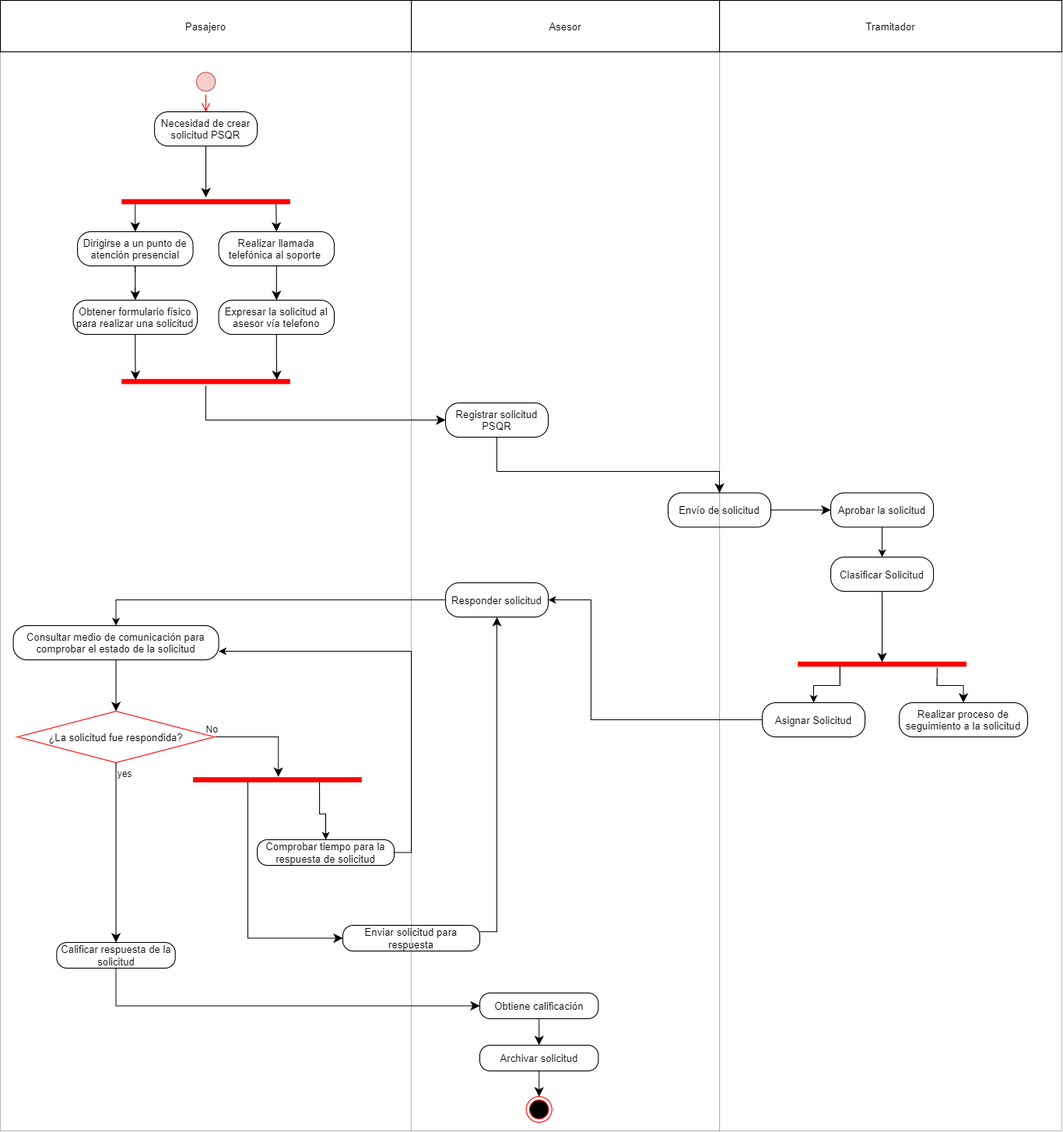
The draw.io diagram diagrama actvidades-Identificación del negocio.png in AlejandraRochaR/imagenes, before a commit. Source tidied: cells renumbered, new cells last; positions are measured from the earlier drawing's top-left corner, leaving out a move shared by most shapes.
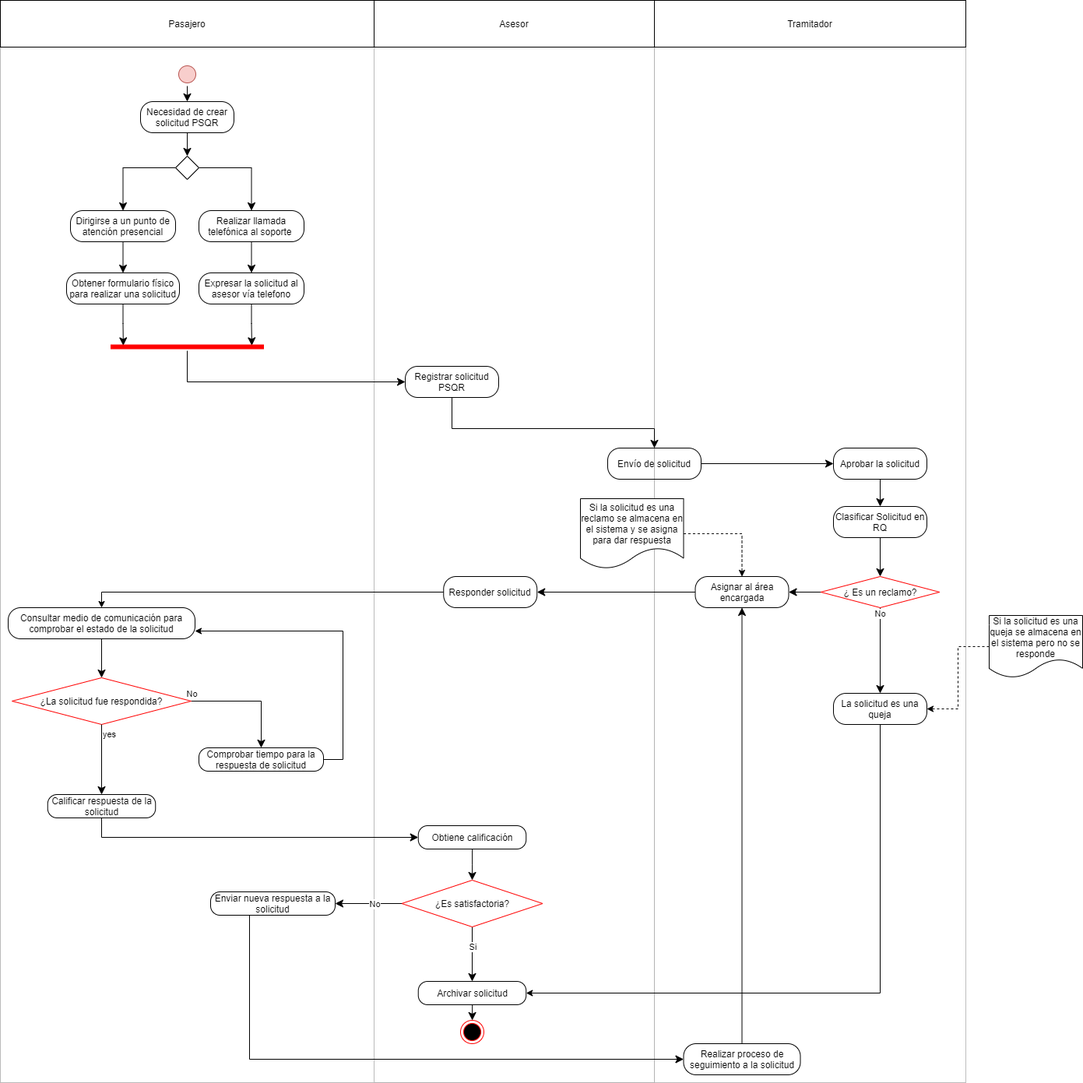
The same diagram one commit later.

What changed in the source:
```diff
@@ -5,9 +5,9 @@
     <mxCell id="2" style="rounded=0;whiteSpace=wrap;html=1;fillColor=none;strokeColor=#BDBDBD;" parent="1" vertex="1">
-      <mxGeometry x="840" y="60" width="400" height="1260" as="geometry" />
+      <mxGeometry x="840" y="60" width="400" height="1330" as="geometry" />
     </mxCell>
     <mxCell id="3" style="rounded=0;whiteSpace=wrap;html=1;fillColor=none;strokeColor=#B3B3B3;" parent="1" vertex="1">
-      <mxGeometry x="480" y="60" width="360" height="1260" as="geometry" />
+      <mxGeometry x="480" y="60" width="360" height="1330" as="geometry" />
     </mxCell>
     <mxCell id="4" style="rounded=0;whiteSpace=wrap;html=1;fillColor=none;strokeColor=#BABABA;" parent="1" vertex="1">
-      <mxGeometry y="60" width="480" height="1260" as="geometry" />
+      <mxGeometry y="60" width="480" height="1330" as="geometry" />
     </mxCell>
@@ -25,3 +25,3 @@
     </mxCell>
-    <mxCell id="9" style="edgeStyle=orthogonalEdgeStyle;html=1;verticalAlign=bottom;endArrow=open;endSize=8;strokeColor=#ff0000;entryX=0.5;entryY=0;entryDx=0;entryDy=0;" parent="1" edge="1" source="8" target="14">
+    <mxCell id="9" style="edgeStyle=orthogonalEdgeStyle;html=1;verticalAlign=bottom;endArrow=classic;endSize=8;entryX=0.5;entryY=0;entryDx=0;entryDy=0;endFill=1;" parent="1" edge="1" source="8" target="14">
       <mxGeometry relative="1" as="geometry" />
@@ -37,3 +37,3 @@
     </mxCell>
-    <mxCell id="13" style="edgeStyle=orthogonalEdgeStyle;rounded=0;jettySize=auto;html=1;endSize=8;" parent="1" edge="1" source="14" target="22">
+    <mxCell id="13" style="edgeStyle=orthogonalEdgeStyle;rounded=0;jettySize=auto;html=1;endSize=8;entryX=0.5;entryY=0;entryDx=0;entryDy=0;" parent="1" edge="1" source="14" target="64">
       <mxGeometry relative="1" as="geometry" />
@@ -43,6 +43,3 @@
     </mxCell>
-    <mxCell id="15" style="edgeStyle=orthogonalEdgeStyle;rounded=0;jettySize=auto;html=1;entryX=0.5;entryY=0.271;entryDx=0;entryDy=0;entryPerimeter=0;startArrow=none;startFill=0;endArrow=classic;endFill=1;endSize=8;exitX=0.5;exitY=1;exitDx=0;exitDy=0;" parent="1" edge="1" source="60" target="39">
-      <mxGeometry relative="1" as="geometry" />
-    </mxCell>
-    <mxCell id="16" style="edgeStyle=orthogonalEdgeStyle;rounded=0;jettySize=auto;html=1;" parent="1" edge="1" source="17" target="60">
+    <mxCell id="16" style="edgeStyle=orthogonalEdgeStyle;rounded=0;jettySize=auto;html=1;endArrow=classic;endFill=1;endSize=8;" parent="1" edge="1" source="17" target="60">
       <mxGeometry relative="1" as="geometry" />
@@ -50,3 +47,3 @@
     <mxCell id="17" value="Aprobar la solicitud" style="rounded=1;whiteSpace=wrap;html=1;arcSize=40;fontColor=#000000;fillColor=none;" parent="1" vertex="1">
-      <mxGeometry x="970" y="575" width="120" height="40" as="geometry" />
+      <mxGeometry x="1070" y="575" width="120" height="40" as="geometry" />
     </mxCell>
@@ -58,11 +55,8 @@
     </mxCell>
-    <mxCell id="20" style="edgeStyle=orthogonalEdgeStyle;rounded=0;jettySize=auto;html=1;exitX=0.114;exitY=0.3;exitDx=0;exitDy=0;exitPerimeter=0;entryX=0.5;entryY=0;entryDx=0;entryDy=0;endSize=8;" parent="1" edge="1" source="22" target="24">
+    <mxCell id="20" style="edgeStyle=orthogonalEdgeStyle;rounded=0;jettySize=auto;html=1;exitX=0;exitY=0.5;exitDx=0;exitDy=0;entryX=0.5;entryY=0;entryDx=0;entryDy=0;endSize=8;" parent="1" edge="1" source="64" target="24">
       <mxGeometry relative="1" as="geometry" />
     </mxCell>
-    <mxCell id="21" style="edgeStyle=orthogonalEdgeStyle;rounded=0;jettySize=auto;html=1;exitX=0.916;exitY=0.6;exitDx=0;exitDy=0;exitPerimeter=0;entryX=0.5;entryY=0;entryDx=0;entryDy=0;endSize=8;" parent="1" edge="1" source="22" target="12">
+    <mxCell id="21" style="edgeStyle=orthogonalEdgeStyle;rounded=0;jettySize=auto;html=1;exitX=1;exitY=0.5;exitDx=0;exitDy=0;entryX=0.5;entryY=0;entryDx=0;entryDy=0;endSize=8;" parent="1" edge="1" source="64" target="12">
       <mxGeometry relative="1" as="geometry" />
     </mxCell>
-    <mxCell id="22" style="shape=line;html=1;strokeWidth=6;strokeColor=#ff0000;" parent="1" vertex="1">
-      <mxGeometry x="141.5" y="230" width="197" height="10" as="geometry" />
-    </mxCell>
     <mxCell id="23" style="edgeStyle=orthogonalEdgeStyle;curved=1;jettySize=auto;html=1;exitX=0.5;exitY=1;exitDx=0;exitDy=0;endSize=8;" parent="1" edge="1" source="24" target="26">
@@ -105,4 +99,3 @@
         <Array as="points">
-          <mxPoint x="520" y="700" />
-          <mxPoint x="135" y="700" />
+          <mxPoint x="130" y="760" />
         </Array>
@@ -111,25 +104,14 @@
     <mxCell id="34" value="Responder solicitud" style="rounded=1;whiteSpace=wrap;html=1;arcSize=40;fontColor=#000000;fillColor=none;" parent="1" vertex="1">
-      <mxGeometry x="520" y="680" width="120" height="40" as="geometry" />
+      <mxGeometry x="569.2" y="740" width="120" height="40" as="geometry" />
     </mxCell>
+    <mxCell id="62" style="edgeStyle=elbowEdgeStyle;rounded=0;jettySize=auto;html=1;entryX=0.5;entryY=1;entryDx=0;entryDy=0;endArrow=classic;endFill=1;endSize=8;strokeColor=#000000;jumpStyle=arc;elbow=vertical;" parent="1" edge="1" source="35" target="70">
+      <mxGeometry relative="1" as="geometry" />
+    </mxCell>
     <mxCell id="35" value="Realizar proceso de seguimiento a la solicitud" style="rounded=1;whiteSpace=wrap;html=1;arcSize=40;fontColor=#000000;fillColor=none;" parent="1" vertex="1">
-      <mxGeometry x="1050" y="820" width="150" height="40" as="geometry" />
+      <mxGeometry x="877.5" y="1340" width="150" height="40" as="geometry" />
     </mxCell>
-    <mxCell id="36" style="edgeStyle=orthogonalEdgeStyle;rounded=0;jettySize=auto;html=1;startArrow=none;startFill=0;endArrow=classic;endFill=1;exitX=0.826;exitY=0.924;exitDx=0;exitDy=0;exitPerimeter=0;endSize=8;" parent="1" edge="1" source="39" target="35">
-      <mxGeometry relative="1" as="geometry" />
-    </mxCell>
-    <mxCell id="37" style="edgeStyle=orthogonalEdgeStyle;rounded=0;jettySize=auto;html=1;entryX=1;entryY=0.5;entryDx=0;entryDy=0;startArrow=none;startFill=0;endArrow=classic;endFill=1;exitX=0;exitY=0.5;exitDx=0;exitDy=0;" parent="1" edge="1" source="61" target="34">
-      <mxGeometry relative="1" as="geometry">
-        <Array as="points">
-          <mxPoint x="690" y="840" />
-          <mxPoint x="690" y="700" />
-        </Array>
-      </mxGeometry>
-    </mxCell>
-    <mxCell id="38" style="edgeStyle=orthogonalEdgeStyle;rounded=0;jettySize=auto;html=1;exitX=0.25;exitY=0.5;exitDx=0;exitDy=0;exitPerimeter=0;entryX=0.5;entryY=0;entryDx=0;entryDy=0;" parent="1" edge="1" source="39" target="61">
+    <mxCell id="38" style="edgeStyle=orthogonalEdgeStyle;rounded=0;jettySize=auto;html=1;exitX=0.5;exitY=1;exitDx=0;exitDy=0;entryX=0.5;entryY=0;entryDx=0;entryDy=0;endSize=8;" parent="1" edge="1" source="60" target="68">
       <mxGeometry relative="1" as="geometry" />
     </mxCell>
-    <mxCell id="39" style="shape=line;html=1;strokeWidth=6;strokeColor=#ff0000;" parent="1" vertex="1">
-      <mxGeometry x="931.5" y="770" width="197" height="10" as="geometry" />
-    </mxCell>
-    <mxCell id="40" style="edgeStyle=orthogonalEdgeStyle;rounded=0;jettySize=auto;html=1;exitX=0.5;exitY=1;exitDx=0;exitDy=0;entryX=0.5;entryY=0;entryDx=0;entryDy=0;startArrow=none;startFill=0;endArrow=classic;endFill=1;strokeColor=#000000;endSize=8;" parent="1" edge="1" source="41" target="44">
+    <mxCell id="40" style="edgeStyle=orthogonalEdgeStyle;rounded=0;jettySize=auto;html=1;exitX=0.5;exitY=1;exitDx=0;exitDy=0;entryX=0.5;entryY=0;entryDx=0;entryDy=0;endArrow=classic;endFill=1;endSize=8;strokeColor=#000000;" parent="1" edge="1" source="41" target="44">
       <mxGeometry relative="1" as="geometry" />
@@ -137,5 +119,5 @@
     <mxCell id="41" value="Consultar medio de comunicación para comprobar el estado de la solicitud" style="rounded=1;whiteSpace=wrap;html=1;arcSize=40;fontColor=#000000;fillColor=none;" parent="1" vertex="1">
-      <mxGeometry x="15" y="730" width="240" height="40" as="geometry" />
+      <mxGeometry x="10" y="780" width="240" height="40" as="geometry" />
     </mxCell>
-    <mxCell id="42" style="edgeStyle=orthogonalEdgeStyle;rounded=0;jettySize=auto;html=1;startArrow=none;startFill=0;endArrow=classic;endFill=1;exitX=1;exitY=0.5;exitDx=0;exitDy=0;endSize=8;entryX=0.506;entryY=0.333;entryDx=0;entryDy=0;entryPerimeter=0;" parent="1" edge="1" source="44" target="54">
+    <mxCell id="42" style="edgeStyle=orthogonalEdgeStyle;rounded=0;jettySize=auto;html=1;startArrow=none;startFill=0;endArrow=classic;endFill=1;exitX=1;exitY=0.5;exitDx=0;exitDy=0;endSize=8;entryX=0.5;entryY=0;entryDx=0;entryDy=0;" parent="1" edge="1" source="44" target="49">
       <mxGeometry relative="1" as="geometry" />
@@ -148,5 +130,5 @@
     <mxCell id="44" value="¿La solicitud fue respondida?" style="rhombus;whiteSpace=wrap;html=1;fillColor=none;strokeColor=#FF0000;" parent="1" vertex="1">
-      <mxGeometry x="20" y="830" width="230" height="60" as="geometry" />
+      <mxGeometry x="15" y="870" width="230" height="60" as="geometry" />
     </mxCell>
-    <mxCell id="45" style="edgeStyle=orthogonalEdgeStyle;rounded=0;jettySize=auto;html=1;entryX=0;entryY=0.5;entryDx=0;entryDy=0;startArrow=none;startFill=0;endArrow=classic;endFill=1;exitX=0.5;exitY=1;exitDx=0;exitDy=0;endSize=8;" parent="1" edge="1" source="46" target="51">
+    <mxCell id="45" style="edgeStyle=orthogonalEdgeStyle;rounded=0;jettySize=auto;html=1;exitX=0.5;exitY=1;exitDx=0;exitDy=0;entryX=0;entryY=0.5;entryDx=0;entryDy=0;endArrow=classic;endFill=1;endSize=8;strokeColor=#000000;" parent="1" edge="1" source="46" target="51">
       <mxGeometry relative="1" as="geometry" />
@@ -154,3 +136,3 @@
     <mxCell id="46" value="Calificar respuesta de la solicitud" style="rounded=1;whiteSpace=wrap;html=1;arcSize=40;fontColor=#000000;fillColor=none;" parent="1" vertex="1">
-      <mxGeometry x="65.8" y="1100" width="138.5" height="30" as="geometry" />
+      <mxGeometry x="60.8" y="1020" width="138.5" height="30" as="geometry" />
     </mxCell>
@@ -162,4 +144,4 @@
         <Array as="points">
-          <mxPoint x="480" y="995" />
-          <mxPoint x="480" y="760" />
+          <mxPoint x="440" y="975" />
+          <mxPoint x="440" y="810" />
         </Array>
@@ -168,29 +150,10 @@
     <mxCell id="49" value="Comprobar tiempo para la respuesta de solicitud" style="rounded=1;whiteSpace=wrap;html=1;arcSize=40;fontColor=#000000;fillColor=none;" parent="1" vertex="1">
-      <mxGeometry x="300" y="980" width="160" height="30" as="geometry" />
+      <mxGeometry x="255" y="960" width="160" height="30" as="geometry" />
     </mxCell>
-    <mxCell id="50" style="edgeStyle=orthogonalEdgeStyle;rounded=0;jettySize=auto;html=1;startArrow=none;startFill=0;endArrow=classic;endFill=1;endSize=8;" parent="1" edge="1" source="51" target="58">
-      <mxGeometry relative="1" as="geometry" />
-    </mxCell>
+    <mxCell id="63" style="edgeStyle=orthogonalEdgeStyle;rounded=0;jettySize=auto;html=1;entryX=0.5;entryY=0;entryDx=0;entryDy=0;endArrow=classic;endFill=1;endSize=8;strokeColor=#000000;" parent="1" edge="1" source="51" target="75">
+      <mxGeometry relative="1" as="geometry" />
+    </mxCell>
     <mxCell id="51" value="Obtiene calificación" style="rounded=1;whiteSpace=wrap;html=1;arcSize=40;fontColor=#000000;fillColor=none;" parent="1" vertex="1">
-      <mxGeometry x="560" y="1159" width="138.5" height="30" as="geometry" />
+      <mxGeometry x="536.8" y="1060" width="138.5" height="30" as="geometry" />
     </mxCell>
-    <mxCell id="52" style="edgeStyle=orthogonalEdgeStyle;rounded=0;jettySize=auto;html=1;startArrow=none;startFill=0;endArrow=classic;endFill=1;exitX=0.25;exitY=0.5;exitDx=0;exitDy=0;exitPerimeter=0;endSize=8;entryX=0;entryY=0.5;entryDx=0;entryDy=0;" parent="1" edge="1" source="54" target="56">
-      <mxGeometry relative="1" as="geometry">
-        <Array as="points">
-          <mxPoint x="289" y="1095" />
-        </Array>
-      </mxGeometry>
-    </mxCell>
-    <mxCell id="53" style="edgeStyle=orthogonalEdgeStyle;rounded=0;jettySize=auto;html=1;exitX=0.75;exitY=0.5;exitDx=0;exitDy=0;exitPerimeter=0;" parent="1" edge="1" source="54" target="49">
-      <mxGeometry relative="1" as="geometry" />
-    </mxCell>
-    <mxCell id="54" style="shape=line;html=1;strokeWidth=6;strokeColor=#ff0000;" parent="1" vertex="1">
-      <mxGeometry x="225" y="900" width="197" height="20" as="geometry" />
-    </mxCell>
-    <mxCell id="55" style="edgeStyle=orthogonalEdgeStyle;rounded=0;jettySize=auto;html=1;exitX=1;exitY=0.25;exitDx=0;exitDy=0;entryX=0.5;entryY=1;entryDx=0;entryDy=0;startArrow=none;startFill=0;endArrow=classic;endFill=1;endSize=8;strokeColor=#000000;" parent="1" edge="1" source="56" target="34">
-      <mxGeometry relative="1" as="geometry" />
-    </mxCell>
-    <mxCell id="56" value="Enviar solicitud para respuesta" style="rounded=1;whiteSpace=wrap;html=1;arcSize=40;fontColor=#000000;fillColor=none;" parent="1" vertex="1">
-      <mxGeometry x="400" y="1080" width="160" height="30" as="geometry" />
-    </mxCell>
     <mxCell id="57" style="edgeStyle=orthogonalEdgeStyle;rounded=0;jettySize=auto;html=1;startArrow=none;startFill=0;endArrow=classic;endFill=1;endSize=8;" parent="1" edge="1" source="58" target="59">
@@ -199,13 +162,85 @@
     <mxCell id="58" value="Archivar solicitud" style="rounded=1;whiteSpace=wrap;html=1;arcSize=40;fontColor=#000000;fillColor=none;" parent="1" vertex="1">
-      <mxGeometry x="560" y="1220" width="138.5" height="30" as="geometry" />
+      <mxGeometry x="536.8" y="1260" width="138.5" height="30" as="geometry" />
     </mxCell>
     <mxCell id="59" style="ellipse;html=1;shape=endState;fillColor=#000000;strokeColor=#ff0000;" parent="1" vertex="1">
-      <mxGeometry x="614.2" y="1280" width="30" height="30" as="geometry" />
+      <mxGeometry x="591" y="1310" width="30" height="30" as="geometry" />
     </mxCell>
-    <mxCell id="60" value="Clasificar Solicitud" style="rounded=1;whiteSpace=wrap;html=1;arcSize=40;fontColor=#000000;fillColor=none;" parent="1" vertex="1">
-      <mxGeometry x="970" y="650" width="120" height="40" as="geometry" />
+    <mxCell id="60" value="Clasificar Solicitud en RQ" style="rounded=1;whiteSpace=wrap;html=1;arcSize=40;fontColor=#000000;fillColor=none;" parent="1" vertex="1">
+      <mxGeometry x="1070" y="650" width="120" height="40" as="geometry" />
     </mxCell>
-    <mxCell id="61" value="Asignar Solicitud" style="rounded=1;whiteSpace=wrap;html=1;arcSize=40;fontColor=#000000;fillColor=none;" parent="1" vertex="1">
-      <mxGeometry x="890" y="820" width="120" height="40" as="geometry" />
-    </mxCell>
+    <mxCell id="64" style="rhombus;whiteSpace=wrap;html=1;" parent="1" vertex="1">
+      <mxGeometry x="225" y="200" width="30" height="30" as="geometry" />
+    </mxCell>
+    <mxCell id="65" style="edgeStyle=orthogonalEdgeStyle;rounded=0;jettySize=auto;html=1;exitX=0.5;exitY=1;exitDx=0;exitDy=0;entryX=0.5;entryY=0;entryDx=0;entryDy=0;endArrow=classic;endFill=1;endSize=8;strokeColor=#000000;jumpStyle=arc;" parent="1" edge="1" source="68" target="79">
+      <mxGeometry relative="1" as="geometry" />
+    </mxCell>
+    <mxCell id="66" value="No" style="edgeLabel;html=1;align=center;verticalAlign=middle;" parent="65" vertex="1">
+      <mxGeometry x="-0.87" y="-1" relative="1" as="geometry" />
+    </mxCell>
+    <mxCell id="67" style="edgeStyle=orthogonalEdgeStyle;rounded=0;jettySize=auto;html=1;exitX=0;exitY=0.5;exitDx=0;exitDy=0;endArrow=classic;endFill=1;endSize=8;strokeColor=#000000;" parent="1" edge="1" source="68" target="70">
+      <mxGeometry relative="1" as="geometry" />
+    </mxCell>
+    <mxCell id="68" value="¿ Es un reclamo?" style="rhombus;whiteSpace=wrap;html=1;fillColor=none;strokeColor=#FF0000;" parent="1" vertex="1">
+      <mxGeometry x="1053.8" y="740" width="152.5" height="40" as="geometry" />
+    </mxCell>
+    <mxCell id="69" style="edgeStyle=orthogonalEdgeStyle;rounded=0;jettySize=auto;html=1;entryX=1;entryY=0.5;entryDx=0;entryDy=0;endArrow=classic;endFill=1;endSize=8;strokeColor=#000000;" parent="1" edge="1" source="70" target="34">
+      <mxGeometry relative="1" as="geometry" />
+    </mxCell>
+    <mxCell id="70" value="Asignar al área encargada" style="rounded=1;whiteSpace=wrap;html=1;arcSize=40;fontColor=#000000;fillColor=none;" parent="1" vertex="1">
+      <mxGeometry x="892.5" y="740" width="120" height="40" as="geometry" />
+    </mxCell>
+    <mxCell id="71" style="edgeStyle=orthogonalEdgeStyle;rounded=0;jettySize=auto;html=1;exitX=0;exitY=0.5;exitDx=0;exitDy=0;entryX=1;entryY=0.5;entryDx=0;entryDy=0;endArrow=classic;endFill=1;endSize=8;strokeColor=#000000;" parent="1" edge="1" source="75" target="77">
+      <mxGeometry relative="1" as="geometry" />
+    </mxCell>
+    <mxCell id="72" value="No" style="edgeLabel;html=1;align=center;verticalAlign=middle;" parent="71" vertex="1">
+      <mxGeometry x="-0.7" relative="1" as="geometry">
+        <mxPoint x="-22" as="offset" />
+      </mxGeometry>
+    </mxCell>
+    <mxCell id="73" style="edgeStyle=orthogonalEdgeStyle;rounded=0;jettySize=auto;html=1;exitX=0.5;exitY=1;exitDx=0;exitDy=0;endArrow=classic;endFill=1;endSize=8;strokeColor=#000000;" parent="1" edge="1" source="75" target="58">
+      <mxGeometry relative="1" as="geometry">
+        <Array as="points">
+          <mxPoint x="606" y="1210" />
+          <mxPoint x="606" y="1210" />
+        </Array>
+      </mxGeometry>
+    </mxCell>
+    <mxCell id="74" value="Si" style="edgeLabel;html=1;align=center;verticalAlign=middle;" parent="73" vertex="1">
+      <mxGeometry x="-0.3" relative="1" as="geometry" />
+    </mxCell>
+    <mxCell id="75" value="¿Es satisfactoria?" style="rhombus;whiteSpace=wrap;html=1;fillColor=none;strokeColor=#FF0000;" parent="1" vertex="1">
+      <mxGeometry x="515.5" y="1130" width="181" height="60" as="geometry" />
+    </mxCell>
+    <mxCell id="76" style="edgeStyle=orthogonalEdgeStyle;rounded=0;jettySize=auto;html=1;entryX=0;entryY=0.5;entryDx=0;entryDy=0;endArrow=classic;endFill=1;endSize=8;strokeColor=#000000;" parent="1" edge="1" source="77" target="35">
+      <mxGeometry relative="1" as="geometry">
+        <Array as="points">
+          <mxPoint x="320" y="1360" />
+        </Array>
+      </mxGeometry>
+    </mxCell>
+    <mxCell id="77" value="Enviar nueva respuesta a la solicitud" style="rounded=1;whiteSpace=wrap;html=1;arcSize=40;fontColor=#000000;fillColor=none;" parent="1" vertex="1">
+      <mxGeometry x="270" y="1145" width="160" height="30" as="geometry" />
+    </mxCell>
+    <mxCell id="78" style="edgeStyle=orthogonalEdgeStyle;rounded=0;jettySize=auto;html=1;entryX=1;entryY=0.5;entryDx=0;entryDy=0;" parent="1" edge="1" source="79" target="58">
+      <mxGeometry relative="1" as="geometry">
+        <Array as="points">
+          <mxPoint x="1130" y="1275" />
+        </Array>
+      </mxGeometry>
+    </mxCell>
+    <mxCell id="79" value="La solicitud es una queja" style="rounded=1;whiteSpace=wrap;html=1;arcSize=40;fontColor=#000000;fillColor=none;" parent="1" vertex="1">
+      <mxGeometry x="1070" y="890" width="120" height="40" as="geometry" />
+    </mxCell>
+    <mxCell id="80" style="edgeStyle=orthogonalEdgeStyle;rounded=0;jettySize=auto;html=1;entryX=1;entryY=0.5;entryDx=0;entryDy=0;exitX=0;exitY=0.5;exitDx=0;exitDy=0;dashed=1;" parent="1" edge="1" source="81" target="79">
+      <mxGeometry relative="1" as="geometry" />
+    </mxCell>
+    <mxCell id="81" value="Si la solicitud es una queja se almacena en el sistema pero no se responde" style="shape=document;whiteSpace=wrap;html=1;boundedLbl=1;" parent="1" vertex="1">
+      <mxGeometry x="1270" y="790" width="120" height="80" as="geometry" />
+    </mxCell>
+    <mxCell id="82" style="edgeStyle=orthogonalEdgeStyle;rounded=0;jettySize=auto;html=1;entryX=0.5;entryY=0;entryDx=0;entryDy=0;dashed=1;" parent="1" edge="1" source="83" target="70">
+      <mxGeometry relative="1" as="geometry" />
+    </mxCell>
+    <mxCell id="83" value="Si la solicitud es una reclamo se almacena en el sistema y se asigna para dar respuesta" style="shape=document;whiteSpace=wrap;html=1;boundedLbl=1;" parent="1" vertex="1">
+      <mxGeometry x="745" y="640" width="132.5" height="90" as="geometry" />
+    </mxCell>
   </root>
```
